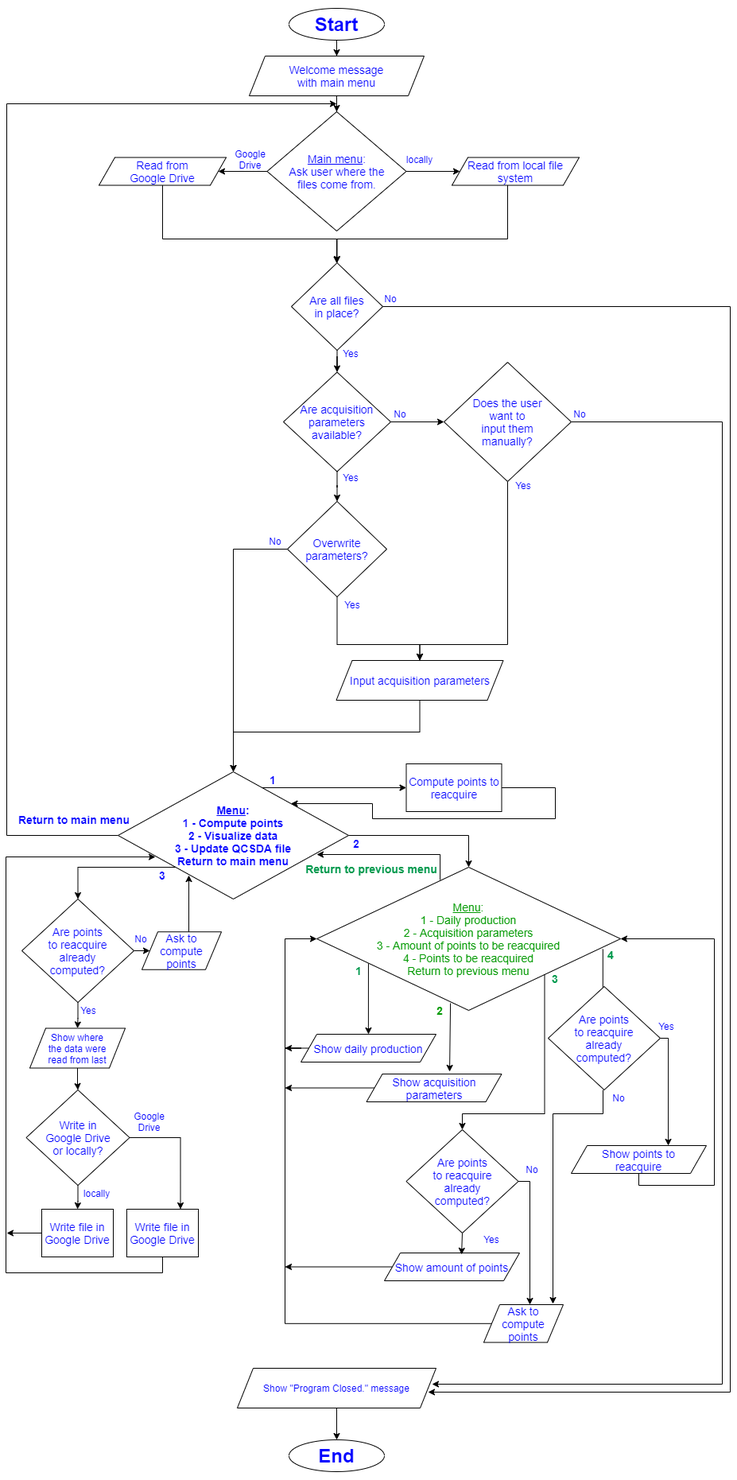
Above: docs/flowchart/PP3-CI-QCSDA.png in csc7/PP3_CI_QCSDA (draw.io), before the change. Source tidied: cells renumbered, new cells last; positions are measured from the earlier drawing's top-left corner, leaving out a move shared by most shapes.
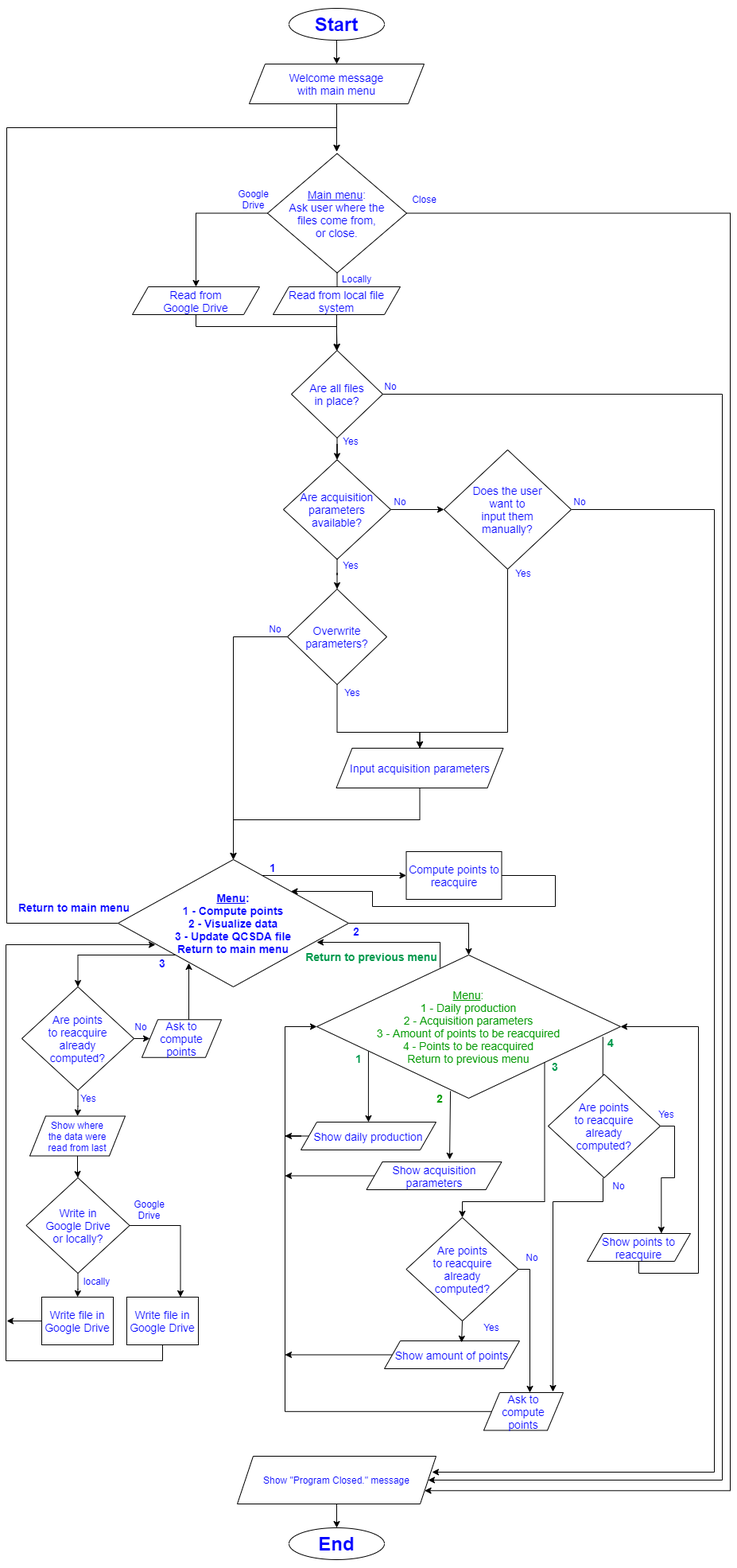
After the change.

Commit message:
Add missing link in flowchart

The edit, as a diff of the source:
```diff
@@ -6,7 +6,7 @@
       <mxGeometry relative="1" as="geometry" />
     </mxCell>
     <mxCell id="3" value="&lt;h1&gt;Start&lt;/h1&gt;" style="ellipse;whiteSpace=wrap;html=1;fontColor=#0000FF;labelBorderColor=none;labelBackgroundColor=none;" parent="1" vertex="1">
-      <mxGeometry x="356" width="120" height="40" as="geometry" />
+      <mxGeometry x="356" y="-110" width="120" height="40" as="geometry" />
     </mxCell>
     <mxCell id="4" value="&lt;h1&gt;End&lt;/h1&gt;" style="ellipse;whiteSpace=wrap;html=1;fontColor=#0000FF;labelBorderColor=none;labelBackgroundColor=none;" parent="1" vertex="1">
       <mxGeometry x="356" y="1800" width="120" height="40" as="geometry" />
@@ -17,44 +17,49 @@
     <mxCell id="6" style="edgeStyle=orthogonalEdgeStyle;rounded=0;jettySize=auto;html=1;fontSize=14;fontColor=#009900;" parent="1" edge="1" source="7" target="11">
       <mxGeometry relative="1" as="geometry" />
     </mxCell>
+    <mxCell id="101" style="edgeStyle=orthogonalEdgeStyle;rounded=0;jettySize=auto;html=1;entryX=1;entryY=0.75;entryDx=0;entryDy=0;fontSize=14;fontColor=#009900;" parent="1" edge="1" source="7" target="22">
+      <mxGeometry relative="1" as="geometry">
+        <Array as="points">
+          <mxPoint x="911" y="148" />
+          <mxPoint x="911" y="1753" />
+        </Array>
+      </mxGeometry>
+    </mxCell>
-    <mxCell id="7" value="&lt;u&gt;Main menu&lt;/u&gt;:&lt;br&gt;Ask user where the&lt;br&gt;files come from." style="rhombus;whiteSpace=wrap;html=1;labelBackgroundColor=none;fontColor=#0000FF;fontSize=14;" parent="1" vertex="1">
-      <mxGeometry x="328.5" y="130" width="175" height="150" as="geometry" />
+    <mxCell id="7" value="&lt;u&gt;Main menu&lt;/u&gt;:&lt;br&gt;Ask user where the&lt;br&gt;files come from,&lt;br&gt;or close." style="rhombus;whiteSpace=wrap;html=1;labelBackgroundColor=none;fontColor=#0000FF;fontSize=14;" parent="1" vertex="1">
+      <mxGeometry x="329" y="72.5" width="175" height="150" as="geometry" />
     </mxCell>
-    <mxCell id="8" style="edgeStyle=orthogonalEdgeStyle;rounded=0;jettySize=auto;html=1;fontSize=14;fontColor=#009900;entryX=0.5;entryY=0;entryDx=0;entryDy=0;" parent="1" edge="1" source="9" target="16">
-      <mxGeometry relative="1" as="geometry">
-        <Array as="points">
-          <mxPoint x="631" y="290" />
-          <mxPoint x="417" y="290" />
-        </Array>
-      </mxGeometry>
+    <mxCell id="8" style="edgeStyle=orthogonalEdgeStyle;rounded=0;jettySize=auto;html=1;entryX=0.5;entryY=0;entryDx=0;entryDy=0;fontSize=14;fontColor=#009900;" parent="1" edge="1" source="9" target="16">
+      <mxGeometry relative="1" as="geometry" />
     </mxCell>
     <mxCell id="9" value="Read from local file system" style="shape=parallelogram;perimeter=parallelogramPerimeter;whiteSpace=wrap;html=1;fixedSize=1;labelBackgroundColor=none;fontColor=#0000FF;fontSize=14;" parent="1" vertex="1">
-      <mxGeometry x="561" y="187.5" width="160" height="35" as="geometry" />
+      <mxGeometry x="336" y="240" width="160" height="35" as="geometry" />
     </mxCell>
-    <mxCell id="10" style="edgeStyle=orthogonalEdgeStyle;rounded=0;jettySize=auto;html=1;fontSize=14;fontColor=#009900;" parent="1" edge="1" source="11" target="16">
+    <mxCell id="10" style="edgeStyle=orthogonalEdgeStyle;rounded=0;jettySize=auto;html=1;fontSize=14;fontColor=#009900;" parent="1" edge="1" target="16">
       <mxGeometry relative="1" as="geometry">
+        <mxPoint x="239" y="275" as="sourcePoint" />
         <Array as="points">
-          <mxPoint x="197" y="290" />
+          <mxPoint x="239" y="290" />
           <mxPoint x="416" y="290" />
         </Array>
       </mxGeometry>
     </mxCell>
     <mxCell id="11" value="Read from&lt;br style=&quot;font-size: 14px;&quot;&gt;Google Drive" style="shape=parallelogram;perimeter=parallelogramPerimeter;whiteSpace=wrap;html=1;fixedSize=1;labelBackgroundColor=none;fontColor=#0000FF;fontSize=14;" parent="1" vertex="1">
-      <mxGeometry x="117" y="187.5" width="160" height="35" as="geometry" />
+      <mxGeometry x="159" y="240" width="160" height="35" as="geometry" />
     </mxCell>
-    <mxCell id="12" style="edgeStyle=orthogonalEdgeStyle;rounded=0;jettySize=auto;html=1;fontSize=14;fontColor=#0000FF;" parent="1" edge="1" source="13" target="7">
-      <mxGeometry relative="1" as="geometry" />
-    </mxCell>
+    <mxCell id="102" style="edgeStyle=orthogonalEdgeStyle;rounded=0;jettySize=auto;html=1;fontSize=14;fontColor=#009900;" parent="1" edge="1" source="13">
+      <mxGeometry relative="1" as="geometry">
+        <mxPoint x="416" y="70" as="targetPoint" />
+      </mxGeometry>
+    </mxCell>
     <mxCell id="13" value="Welcome message&lt;br&gt;with main menu" style="shape=parallelogram;perimeter=parallelogramPerimeter;whiteSpace=wrap;html=1;fixedSize=1;labelBackgroundColor=none;fontColor=#0000FF;fontSize=14;" parent="1" vertex="1">
-      <mxGeometry x="306" y="60" width="220" height="50" as="geometry" />
+      <mxGeometry x="306" y="-40" width="220" height="50" as="geometry" />
     </mxCell>
     <mxCell id="14" style="edgeStyle=orthogonalEdgeStyle;rounded=0;jettySize=auto;html=1;fontColor=#0000FF;" parent="1" edge="1" source="16">
       <mxGeometry relative="1" as="geometry">
         <mxPoint x="531" y="1740" as="targetPoint" />
         <Array as="points">
-          <mxPoint x="911" y="375" />
-          <mxPoint x="911" y="1740" />
-          <mxPoint x="531" y="1740" />
+          <mxPoint x="901" y="375" />
+          <mxPoint x="901" y="1740" />
         </Array>
       </mxGeometry>
     </mxCell>
@@ -85,7 +90,7 @@
       <mxGeometry relative="1" as="geometry" />
     </mxCell>
     <mxCell id="22" value="Show &quot;Program Closed.&quot; message" style="shape=parallelogram;perimeter=parallelogramPerimeter;whiteSpace=wrap;html=1;fixedSize=1;labelBackgroundColor=none;fontColor=#0000FF;" parent="1" vertex="1">
-      <mxGeometry x="291" y="1710" width="250" height="50" as="geometry" />
+      <mxGeometry x="291" y="1710" width="250" height="60" as="geometry" />
     </mxCell>
     <mxCell id="23" style="edgeStyle=orthogonalEdgeStyle;rounded=0;orthogonalLoop=1;jettySize=auto;html=1;exitX=0.5;exitY=1;exitDx=0;exitDy=0;fontColor=#0000FF;" parent="1" edge="1" source="4" target="4">
       <mxGeometry relative="1" as="geometry" />
@@ -94,9 +99,8 @@
       <mxGeometry relative="1" as="geometry">
         <mxPoint x="536" y="1730" as="targetPoint" />
         <Array as="points">
-          <mxPoint x="901" y="520" />
-          <mxPoint x="901" y="1730" />
-          <mxPoint x="536" y="1730" />
+          <mxPoint x="891" y="520" />
+          <mxPoint x="891" y="1730" />
         </Array>
       </mxGeometry>
     </mxCell>
@@ -143,10 +147,11 @@
     </mxCell>
     <mxCell id="34" style="edgeStyle=orthogonalEdgeStyle;rounded=0;jettySize=auto;html=1;fontSize=14;fontColor=#0000FF;" parent="1" edge="1" source="38">
       <mxGeometry relative="1" as="geometry">
-        <mxPoint x="416" y="120" as="targetPoint" />
+        <mxPoint x="416" y="70" as="targetPoint" />
         <Array as="points">
           <mxPoint x="1" y="1040" />
-          <mxPoint x="1" y="120" />
+          <mxPoint x="1" y="40" />
+          <mxPoint x="416" y="40" />
         </Array>
       </mxGeometry>
     </mxCell>
@@ -237,13 +242,13 @@
       <mxGeometry relative="1" as="geometry">
         <Array as="points">
           <mxPoint x="796" y="1480" />
-          <mxPoint x="891" y="1480" />
-          <mxPoint x="891" y="1170" />
+          <mxPoint x="871" y="1480" />
+          <mxPoint x="871" y="1170" />
         </Array>
       </mxGeometry>
     </mxCell>
     <mxCell id="54" value="Show points to&lt;br&gt;reacquire" style="shape=parallelogram;perimeter=parallelogramPerimeter;whiteSpace=wrap;html=1;fixedSize=1;labelBackgroundColor=none;fontColor=#0000FF;fontSize=14;" parent="1" vertex="1">
-      <mxGeometry x="711" y="1430" width="170" height="35" as="geometry" />
+      <mxGeometry x="731" y="1430" width="130" height="35" as="geometry" />
     </mxCell>
     <mxCell id="55" value="&lt;font style=&quot;font-size: 14px&quot; color=&quot;#00994d&quot;&gt;&lt;b&gt;Return to previous menu&lt;/b&gt;&lt;/font&gt;" style="text;html=1;strokeColor=none;fillColor=none;align=center;verticalAlign=middle;whiteSpace=wrap;rounded=0;labelBackgroundColor=none;fontColor=#0000FF;" parent="1" vertex="1">
       <mxGeometry x="375" y="1072" width="170" height="20" as="geometry" />
@@ -381,7 +386,9 @@
     <mxCell id="92" style="edgeStyle=orthogonalEdgeStyle;rounded=0;jettySize=auto;html=1;fontSize=14;fontColor=#009900;exitX=1;exitY=0.5;exitDx=0;exitDy=0;entryX=0.718;entryY=0;entryDx=0;entryDy=0;entryPerimeter=0;" parent="1" edge="1" source="93" target="54">
       <mxGeometry relative="1" as="geometry">
         <Array as="points">
-          <mxPoint x="833" y="1295" />
+          <mxPoint x="841" y="1295" />
+          <mxPoint x="841" y="1360" />
+          <mxPoint x="824" y="1360" />
         </Array>
       </mxGeometry>
     </mxCell>
@@ -409,10 +416,13 @@
       <mxGeometry x="642" y="1450" width="40" height="20" as="geometry" />
     </mxCell>
     <mxCell id="99" value="Google&lt;br&gt;Drive" style="text;html=1;strokeColor=none;fillColor=none;align=center;verticalAlign=middle;whiteSpace=wrap;rounded=0;labelBackgroundColor=none;fontColor=#0000FF;" parent="1" vertex="1">
-      <mxGeometry x="277" y="180" width="61" height="20" as="geometry" />
+      <mxGeometry x="281" y="120" width="61" height="20" as="geometry" />
     </mxCell>
-    <mxCell id="100" value="locally" style="text;html=1;strokeColor=none;fillColor=none;align=center;verticalAlign=middle;whiteSpace=wrap;rounded=0;labelBackgroundColor=none;fontColor=#0000FF;" parent="1" vertex="1">
-      <mxGeometry x="490" y="180" width="61" height="20" as="geometry" />
+    <mxCell id="100" value="Locally" style="text;html=1;strokeColor=none;fillColor=none;align=center;verticalAlign=middle;whiteSpace=wrap;rounded=0;labelBackgroundColor=none;fontColor=#0000FF;" parent="1" vertex="1">
+      <mxGeometry x="410.5" y="220" width="61" height="20" as="geometry" />
     </mxCell>
+    <mxCell id="103" value="Close" style="text;html=1;strokeColor=none;fillColor=none;align=center;verticalAlign=middle;whiteSpace=wrap;rounded=0;labelBackgroundColor=none;fontColor=#0000FF;" parent="1" vertex="1">
+      <mxGeometry x="496" y="120" width="61" height="20" as="geometry" />
+    </mxCell>
   </root>
 </mxGraphModel>
```
